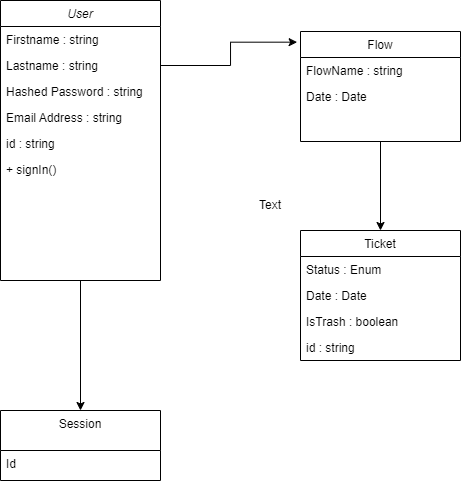
ClementPremartin/diagramme-flux keeps this draw.io diagram as MDC.drawio.png. Above is the earlier version. Source tidied: cells renumbered, new cells last; positions are measured from the earlier drawing's top-left corner, leaving out a move shared by most shapes.
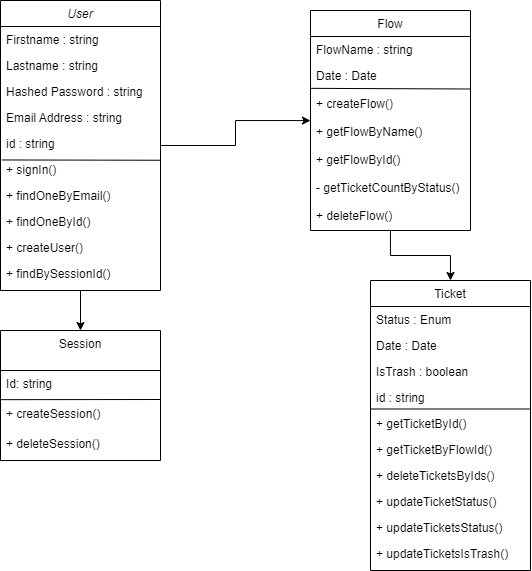
After the commit.

Commit message:
Mettre à jour MDC.drawio.png

Change to the diagram source:
```diff
@@ -2,8 +2,14 @@
   <root>
     <mxCell id="0" />
     <mxCell id="1" parent="0" />
+    <mxCell id="23" style="edgeStyle=orthogonalEdgeStyle;rounded=0;jettySize=auto;html=1;" parent="1" edge="1" source="2" target="16">
+      <mxGeometry relative="1" as="geometry" />
+    </mxCell>
+    <mxCell id="20" style="edgeStyle=orthogonalEdgeStyle;rounded=0;jettySize=auto;html=1;" parent="1" edge="1" source="2" target="14">
+      <mxGeometry relative="1" as="geometry" />
+    </mxCell>
     <mxCell id="2" value="User" style="swimlane;fontStyle=2;align=center;verticalAlign=top;horizontal=1;startSize=26;rounded=0;shadow=0;strokeWidth=1;" parent="1" vertex="1">
-      <mxGeometry width="160" height="280" as="geometry" />
+      <mxGeometry width="160" height="290" as="geometry" />
     </mxCell>
     <mxCell id="3" value="Firstname : string" style="text;align=left;verticalAlign=top;spacingLeft=4;spacingRight=4;overflow=hidden;" parent="2" vertex="1">
       <mxGeometry y="26" width="160" height="26" as="geometry" />
@@ -20,11 +26,26 @@
     <mxCell id="7" value="id : string" style="text;align=left;verticalAlign=top;spacingLeft=4;spacingRight=4;overflow=hidden;rounded=0;shadow=0;html=0;" parent="2" vertex="1">
       <mxGeometry y="130" width="160" height="26" as="geometry" />
     </mxCell>
+    <mxCell id="24" style="endArrow=none;html=1;rounded=0;exitX=0.009;exitY=0.133;exitDx=0;exitDy=0;exitPerimeter=0;entryX=0.996;entryY=0.144;entryDx=0;entryDy=0;entryPerimeter=0;" parent="2" edge="1" source="8" target="8">
+      <mxGeometry relative="1" as="geometry" />
+    </mxCell>
     <mxCell id="8" value="+ signIn()" style="text;align=left;verticalAlign=top;spacingLeft=4;spacingRight=4;overflow=hidden;points=[[0,0.5],[1,0.5]];portConstraint=eastwest;rounded=0;shadow=0;html=0;" parent="2" vertex="1">
       <mxGeometry y="156" width="160" height="26" as="geometry" />
     </mxCell>
+    <mxCell id="25" value="+ findOneByEmail()" style="text;align=left;verticalAlign=top;spacingLeft=4;spacingRight=4;overflow=hidden;rounded=0;shadow=0;html=0;" parent="2" vertex="1">
+      <mxGeometry y="182" width="160" height="26" as="geometry" />
+    </mxCell>
+    <mxCell id="26" value="+ findOneById()" style="text;align=left;verticalAlign=top;spacingLeft=4;spacingRight=4;overflow=hidden;rounded=0;shadow=0;html=0;" parent="2" vertex="1">
+      <mxGeometry y="208" width="160" height="26" as="geometry" />
+    </mxCell>
+    <mxCell id="27" value="+ createUser()" style="text;align=left;verticalAlign=top;spacingLeft=4;spacingRight=4;overflow=hidden;rounded=0;shadow=0;html=0;" parent="2" vertex="1">
+      <mxGeometry y="234" width="160" height="26" as="geometry" />
+    </mxCell>
+    <mxCell id="28" value="+ findBySessionId()" style="text;align=left;verticalAlign=top;spacingLeft=4;spacingRight=4;overflow=hidden;rounded=0;shadow=0;html=0;" parent="2" vertex="1">
+      <mxGeometry y="260" width="160" height="26" as="geometry" />
+    </mxCell>
     <mxCell id="9" value="Ticket" style="swimlane;fontStyle=0;align=center;verticalAlign=top;horizontal=1;startSize=26;rounded=0;shadow=0;strokeWidth=1;" parent="1" vertex="1">
-      <mxGeometry x="300" y="230" width="160" height="130" as="geometry" />
+      <mxGeometry x="370" y="280" width="160" height="290" as="geometry" />
     </mxCell>
     <mxCell id="10" value="Status : Enum" style="text;align=left;verticalAlign=top;spacingLeft=4;spacingRight=4;overflow=hidden;" parent="9" vertex="1">
       <mxGeometry y="26" width="160" height="26" as="geometry" />
@@ -38,14 +59,49 @@
     <mxCell id="13" value="id : string" style="text;align=left;verticalAlign=top;spacingLeft=4;spacingRight=4;overflow=hidden;fontStyle=0;" parent="9" vertex="1">
       <mxGeometry y="104" width="160" height="26" as="geometry" />
     </mxCell>
+    <mxCell id="29" value="+ getTicketById()" style="text;align=left;verticalAlign=top;spacingLeft=4;spacingRight=4;overflow=hidden;points=[[0,0.5],[1,0.5]];portConstraint=eastwest;fontStyle=0;" parent="9" vertex="1">
+      <mxGeometry y="130" width="160" height="26" as="geometry" />
+    </mxCell>
+    <mxCell id="30" value="+ getTicketByFlowId()" style="text;align=left;verticalAlign=top;spacingLeft=4;spacingRight=4;overflow=hidden;fontStyle=0;" parent="9" vertex="1">
+      <mxGeometry y="156" width="160" height="26" as="geometry" />
+    </mxCell>
+    <mxCell id="31" value="+ deleteTicketsByIds()" style="text;align=left;verticalAlign=top;spacingLeft=4;spacingRight=4;overflow=hidden;fontStyle=0;" parent="9" vertex="1">
+      <mxGeometry y="182" width="160" height="26" as="geometry" />
+    </mxCell>
+    <mxCell id="32" value="+ updateTicketStatus()" style="text;align=left;verticalAlign=top;spacingLeft=4;spacingRight=4;overflow=hidden;fontStyle=0;" parent="9" vertex="1">
+      <mxGeometry y="208" width="160" height="26" as="geometry" />
+    </mxCell>
+    <mxCell id="33" value="+ updateTicketsStatus()" style="text;align=left;verticalAlign=top;spacingLeft=4;spacingRight=4;overflow=hidden;fontStyle=0;" parent="9" vertex="1">
+      <mxGeometry y="234" width="160" height="26" as="geometry" />
+    </mxCell>
+    <mxCell id="34" value="+ updateTicketsIsTrash()" style="text;align=left;verticalAlign=top;spacingLeft=4;spacingRight=4;overflow=hidden;fontStyle=0;" parent="9" vertex="1">
+      <mxGeometry y="260" width="160" height="26" as="geometry" />
+    </mxCell>
+    <mxCell id="35" style="endArrow=none;html=1;rounded=0;entryX=0.998;entryY=-0.058;entryDx=0;entryDy=0;entryPerimeter=0;exitX=-0.002;exitY=-0.058;exitDx=0;exitDy=0;exitPerimeter=0;" parent="9" edge="1" source="29" target="29">
+      <mxGeometry relative="1" as="geometry" />
+    </mxCell>
     <mxCell id="14" value="Session" style="swimlane;fontStyle=0;align=center;verticalAlign=top;horizontal=1;startSize=40;rounded=0;shadow=0;strokeWidth=1;" parent="1" vertex="1">
-      <mxGeometry y="410" width="160" height="70" as="geometry" />
+      <mxGeometry y="330" width="160" height="130" as="geometry" />
     </mxCell>
-    <mxCell id="15" value="Id" style="text;align=left;verticalAlign=top;spacingLeft=4;spacingRight=4;overflow=hidden;" parent="14" vertex="1">
+    <mxCell id="15" value="Id: string" style="text;align=left;verticalAlign=top;spacingLeft=4;spacingRight=4;overflow=hidden;" parent="14" vertex="1">
       <mxGeometry y="40" width="160" height="30" as="geometry" />
     </mxCell>
+    <mxCell id="36" value="+ createSession()" style="text;align=left;verticalAlign=top;spacingLeft=4;spacingRight=4;overflow=hidden;points=[[0,0.5],[1,0.5]];portConstraint=eastwest;" parent="14" vertex="1">
+      <mxGeometry y="70" width="160" height="30" as="geometry" />
+    </mxCell>
+    <mxCell id="37" value="+ deleteSession()" style="text;align=left;verticalAlign=top;spacingLeft=4;spacingRight=4;overflow=hidden;" parent="14" vertex="1">
+      <mxGeometry y="100" width="160" height="30" as="geometry" />
+    </mxCell>
+    <mxCell id="38" style="endArrow=none;html=1;rounded=0;exitX=0.002;exitY=-0.028;exitDx=0;exitDy=0;exitPerimeter=0;" parent="14" edge="1" source="36">
+      <mxGeometry relative="1" as="geometry">
+        <mxPoint x="160" y="69" as="targetPoint" />
+      </mxGeometry>
+    </mxCell>
+    <mxCell id="21" style="edgeStyle=orthogonalEdgeStyle;rounded=0;jettySize=auto;html=1;entryX=0.5;entryY=0;entryDx=0;entryDy=0;" parent="1" edge="1" source="16" target="9">
+      <mxGeometry relative="1" as="geometry" />
+    </mxCell>
     <mxCell id="16" value="Flow" style="swimlane;fontStyle=0;align=center;verticalAlign=top;horizontal=1;startSize=26;rounded=0;shadow=0;strokeWidth=1;" parent="1" vertex="1">
-      <mxGeometry x="300" y="31" width="160" height="110" as="geometry" />
+      <mxGeometry x="310" y="10" width="160" height="220" as="geometry" />
     </mxCell>
     <mxCell id="17" value="FlowName : string" style="text;align=left;verticalAlign=top;spacingLeft=4;spacingRight=4;overflow=hidden;" parent="16" vertex="1">
       <mxGeometry y="26" width="160" height="26" as="geometry" />
@@ -53,17 +109,23 @@
     <mxCell id="18" value="Date : Date" style="text;align=left;verticalAlign=top;spacingLeft=4;spacingRight=4;overflow=hidden;rounded=0;shadow=0;html=0;" parent="16" vertex="1">
       <mxGeometry y="52" width="160" height="28" as="geometry" />
     </mxCell>
-    <mxCell id="19" style="edgeStyle=orthogonalEdgeStyle;rounded=0;jettySize=auto;html=1;exitX=1;exitY=0.5;exitDx=0;exitDy=0;entryX=-0.021;entryY=0.097;entryDx=0;entryDy=0;entryPerimeter=0;" parent="1" edge="1" source="4" target="16">
-      <mxGeometry relative="1" as="geometry" />
-    </mxCell>
-    <mxCell id="20" style="endArrow=classic;html=1;rounded=0;exitX=0.5;exitY=1;exitDx=0;exitDy=0;entryX=0.5;entryY=0;entryDx=0;entryDy=0;" parent="1" edge="1" source="2" target="14">
-      <mxGeometry relative="1" as="geometry" />
-    </mxCell>
-    <mxCell id="21" style="endArrow=classic;html=1;rounded=0;exitX=0.5;exitY=1;exitDx=0;exitDy=0;entryX=0.5;entryY=0;entryDx=0;entryDy=0;" parent="1" edge="1" source="16" target="9">
-      <mxGeometry relative="1" as="geometry" />
-    </mxCell>
-    <mxCell id="22" value="Text" style="text;html=1;strokeColor=none;fillColor=none;align=center;verticalAlign=middle;whiteSpace=wrap;rounded=0;" parent="1" vertex="1">
-      <mxGeometry x="240" y="190" width="60" height="30" as="geometry" />
-    </mxCell>
+    <mxCell id="39" value="+ createFlow()" style="text;align=left;verticalAlign=top;spacingLeft=4;spacingRight=4;overflow=hidden;points=[[0,0.5],[1,0.5]];portConstraint=eastwest;rounded=0;shadow=0;html=0;" parent="16" vertex="1">
+      <mxGeometry y="80" width="160" height="28" as="geometry" />
+    </mxCell>
+    <mxCell id="40" value="+ getFlowByName()" style="text;align=left;verticalAlign=top;spacingLeft=4;spacingRight=4;overflow=hidden;rounded=0;shadow=0;html=0;" parent="16" vertex="1">
+      <mxGeometry y="108" width="160" height="28" as="geometry" />
+    </mxCell>
+    <mxCell id="41" value="+ getFlowById()" style="text;align=left;verticalAlign=top;spacingLeft=4;spacingRight=4;overflow=hidden;rounded=0;shadow=0;html=0;" parent="16" vertex="1">
+      <mxGeometry y="136" width="160" height="28" as="geometry" />
+    </mxCell>
+    <mxCell id="42" value="- getTicketCountByStatus()" style="text;align=left;verticalAlign=top;spacingLeft=4;spacingRight=4;overflow=hidden;rounded=0;shadow=0;html=0;" parent="16" vertex="1">
+      <mxGeometry y="164" width="160" height="28" as="geometry" />
+    </mxCell>
+    <mxCell id="43" value="+ deleteFlow()" style="text;align=left;verticalAlign=top;spacingLeft=4;spacingRight=4;overflow=hidden;rounded=0;shadow=0;html=0;" parent="16" vertex="1">
+      <mxGeometry y="192" width="160" height="28" as="geometry" />
+    </mxCell>
+    <mxCell id="44" style="endArrow=none;html=1;rounded=0;exitX=0.002;exitY=-0.077;exitDx=0;exitDy=0;exitPerimeter=0;entryX=1.002;entryY=-0.054;entryDx=0;entryDy=0;entryPerimeter=0;" parent="16" edge="1" source="39" target="39">
+      <mxGeometry relative="1" as="geometry" />
+    </mxCell>
   </root>
 </mxGraphModel>
```
